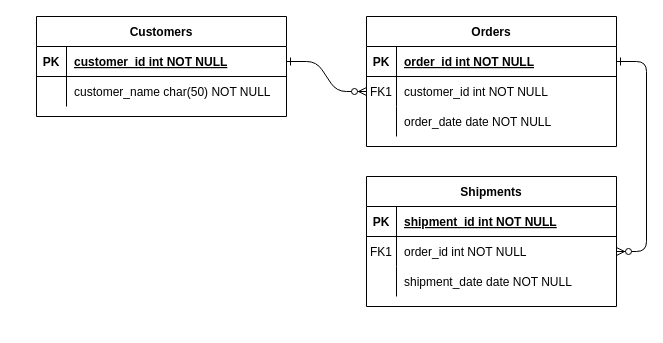
Earlier version of the draw.io diagram ERD_tasks.drawio (harrahx3/PNC_quiz). Source tidied: cells renumbered, new cells numbered last; positions are measured from the earlier drawing's top-left corner, leaving out a move shared by most shapes. Both pictures are drawn from the tidied source at 100%, with x=0, y=0 at pixel (36, 16).
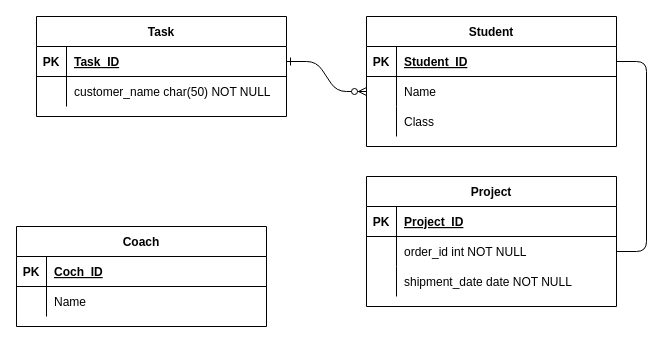
The same page after the edit.

The change refers to these unchanged cells:
```xml
<mxCell id="5" style="shape=partialRectangle;fillColor=none;points=[[0,0.5],[1,0.5]];portConstraint=eastwest;top=0;left=0;right=0;bottom=1;" parent="4" vertex="1">
  <mxGeometry y="30" width="250" height="30" as="geometry" />
</mxCell>
<mxCell id="8" style="shape=partialRectangle;fillColor=none;points=[[0,0.5],[1,0.5]];portConstraint=eastwest;top=0;left=0;right=0;bottom=0;" parent="4" vertex="1">
  <mxGeometry y="60" width="250" height="30" as="geometry" />
</mxCell>
<mxCell id="11" style="shape=partialRectangle;fillColor=none;top=0;left=0;right=0;bottom=0;" parent="4" vertex="1">
  <mxGeometry y="90" width="250" height="30" as="geometry" />
</mxCell>
<mxCell id="15" style="shape=partialRectangle;fillColor=none;top=0;left=0;right=0;bottom=1;" parent="14" vertex="1">
  <mxGeometry y="30" width="250" height="30" as="geometry" />
</mxCell>
<mxCell id="18" style="shape=partialRectangle;fillColor=none;points=[[0,0.5],[1,0.5]];portConstraint=eastwest;top=0;left=0;right=0;bottom=0;" parent="14" vertex="1">
  <mxGeometry y="60" width="250" height="30" as="geometry" />
</mxCell>
<mxCell id="25" style="shape=partialRectangle;fillColor=none;points=[[0,0.5],[1,0.5]];portConstraint=eastwest;top=0;left=0;right=0;bottom=1;" parent="24" vertex="1">
  <mxGeometry y="30" width="250" height="30" as="geometry" />
</mxCell>
```

What changed in the source:
```diff
@@
-    <mxCell id="3" style="edgeStyle=entityRelationEdgeStyle;endArrow=ERzeroToMany;startArrow=ERone;endFill=1;startFill=0;" parent="1" edge="1" source="5" target="18">
+    <mxCell id="3" style="edgeStyle=entityRelationEdgeStyle;endArrow=none;startArrow=none;endFill=0;startFill=0;" parent="1" edge="1" source="5" target="18">
       <mxGeometry relative="1" as="geometry" />
     </mxCell>
-    <mxCell id="4" value="Orders" style="shape=table;startSize=30;childLayout=tableLayout;rowLines=0;fontStyle=1;align=center;" parent="1" vertex="1">
+    <mxCell id="4" value="Student" style="shape=table;startSize=30;childLayout=tableLayout;rowLines=0;fontStyle=1;align=center;" parent="1" vertex="1">
       <mxGeometry x="330" width="250" height="130" as="geometry" />
     </mxCell>
@@
-    <mxCell id="7" value="order_id int NOT NULL " style="shape=partialRectangle;overflow=hidden;fillColor=none;top=0;left=0;bottom=0;right=0;align=left;spacingLeft=6;fontStyle=5;" parent="5" vertex="1">
+    <mxCell id="7" value="Student_ID" style="shape=partialRectangle;overflow=hidden;fillColor=none;top=0;left=0;bottom=0;right=0;align=left;spacingLeft=6;fontStyle=5;" parent="5" vertex="1">
       <mxGeometry x="30" width="220" height="30" as="geometry" />
     </mxCell>
@@
-    <mxCell id="9" value="FK1" style="shape=partialRectangle;overflow=hidden;fillColor=none;top=0;left=0;bottom=0;right=0;" parent="8" vertex="1">
+    <mxCell id="9" style="shape=partialRectangle;overflow=hidden;fillColor=none;top=0;left=0;bottom=0;right=0;" parent="8" vertex="1">
       <mxGeometry width="30" height="30" as="geometry" />
     </mxCell>
-    <mxCell id="10" value="customer_id int NOT NULL" style="shape=partialRectangle;overflow=hidden;fillColor=none;top=0;left=0;bottom=0;right=0;align=left;spacingLeft=6;" parent="8" vertex="1">
+    <mxCell id="10" value="Name" style="shape=partialRectangle;overflow=hidden;fillColor=none;top=0;left=0;bottom=0;right=0;align=left;spacingLeft=6;" parent="8" vertex="1">
       <mxGeometry x="30" width="220" height="30" as="geometry" />
     </mxCell>
@@
-    <mxCell id="13" value="order_date date NOT NULL" style="shape=partialRectangle;overflow=hidden;fillColor=none;top=0;left=0;bottom=0;right=0;align=left;spacingLeft=6;" parent="11" vertex="1">
+    <mxCell id="13" value="Class" style="shape=partialRectangle;overflow=hidden;fillColor=none;top=0;left=0;bottom=0;right=0;align=left;spacingLeft=6;" parent="11" vertex="1">
       <mxGeometry x="30" width="220" height="30" as="geometry" />
     </mxCell>
-    <mxCell id="14" value="Shipments" style="shape=table;startSize=30;childLayout=tableLayout;rowLines=0;fontStyle=1;align=center;" parent="1" vertex="1">
+    <mxCell id="14" value="Project" style="shape=table;startSize=30;childLayout=tableLayout;rowLines=0;fontStyle=1;align=center;" parent="1" vertex="1">
       <mxGeometry x="330" y="160" width="250" height="130" as="geometry" />
     </mxCell>
@@
-    <mxCell id="17" value="shipment_id int NOT NULL " style="shape=partialRectangle;overflow=hidden;fillColor=none;top=0;left=0;bottom=0;right=0;align=left;spacingLeft=6;fontStyle=5;" parent="15" vertex="1">
+    <mxCell id="17" value="Project_ID" style="shape=partialRectangle;overflow=hidden;fillColor=none;top=0;left=0;bottom=0;right=0;align=left;spacingLeft=6;fontStyle=5;" parent="15" vertex="1">
       <mxGeometry x="30" width="220" height="30" as="geometry" />
     </mxCell>
@@
-    <mxCell id="19" value="FK1" style="shape=partialRectangle;overflow=hidden;fillColor=none;top=0;left=0;bottom=0;right=0;" parent="18" vertex="1">
+    <mxCell id="19" style="shape=partialRectangle;overflow=hidden;fillColor=none;top=0;left=0;bottom=0;right=0;" parent="18" vertex="1">
       <mxGeometry width="30" height="30" as="geometry" />
     </mxCell>
@@
-    <mxCell id="24" value="Customers" style="shape=table;startSize=30;childLayout=tableLayout;rowLines=0;fontStyle=1;align=center;" parent="1" vertex="1">
+    <mxCell id="24" value="Task" style="shape=table;startSize=30;childLayout=tableLayout;rowLines=0;fontStyle=1;align=center;" parent="1" vertex="1">
       <mxGeometry width="250" height="100" as="geometry" />
     </mxCell>
@@
-    <mxCell id="27" value="customer_id int NOT NULL " style="shape=partialRectangle;overflow=hidden;fillColor=none;top=0;left=0;bottom=0;right=0;align=left;spacingLeft=6;fontStyle=5;" parent="25" vertex="1">
+    <mxCell id="27" value="Task_ID" style="shape=partialRectangle;overflow=hidden;fillColor=none;top=0;left=0;bottom=0;right=0;align=left;spacingLeft=6;fontStyle=5;" parent="25" vertex="1">
       <mxGeometry x="30" width="220" height="30" as="geometry" />
     </mxCell>
@@
+    <mxCell id="31" value="Coach" style="shape=table;startSize=30;childLayout=tableLayout;rowLines=0;fontStyle=1;align=center;" parent="1" vertex="1">
+      <mxGeometry x="-20" y="210" width="250" height="100" as="geometry" />
+    </mxCell>
+    <mxCell id="32" style="shape=partialRectangle;fillColor=none;top=0;left=0;right=0;bottom=1;" parent="31" vertex="1">
+      <mxGeometry y="30" width="250" height="30" as="geometry" />
+    </mxCell>
+    <mxCell id="33" value="PK" style="shape=partialRectangle;overflow=hidden;fillColor=none;top=0;left=0;bottom=0;right=0;fontStyle=1;" parent="32" vertex="1">
+      <mxGeometry width="30" height="30" as="geometry" />
+    </mxCell>
+    <mxCell id="34" value="Coch_ID" style="shape=partialRectangle;overflow=hidden;fillColor=none;top=0;left=0;bottom=0;right=0;align=left;spacingLeft=6;fontStyle=5;" parent="32" vertex="1">
+      <mxGeometry x="30" width="220" height="30" as="geometry" />
+    </mxCell>
+    <mxCell id="35" style="shape=partialRectangle;fillColor=none;top=0;left=0;right=0;bottom=0;" parent="31" vertex="1">
+      <mxGeometry y="60" width="250" height="30" as="geometry" />
+    </mxCell>
+    <mxCell id="36" style="shape=partialRectangle;overflow=hidden;fillColor=none;top=0;left=0;bottom=0;right=0;" parent="35" vertex="1">
+      <mxGeometry width="30" height="30" as="geometry" />
+    </mxCell>
+    <mxCell id="37" value="Name" style="shape=partialRectangle;overflow=hidden;fillColor=none;top=0;left=0;bottom=0;right=0;align=left;spacingLeft=6;" parent="35" vertex="1">
+      <mxGeometry x="30" width="220" height="30" as="geometry" />
+    </mxCell>
```
